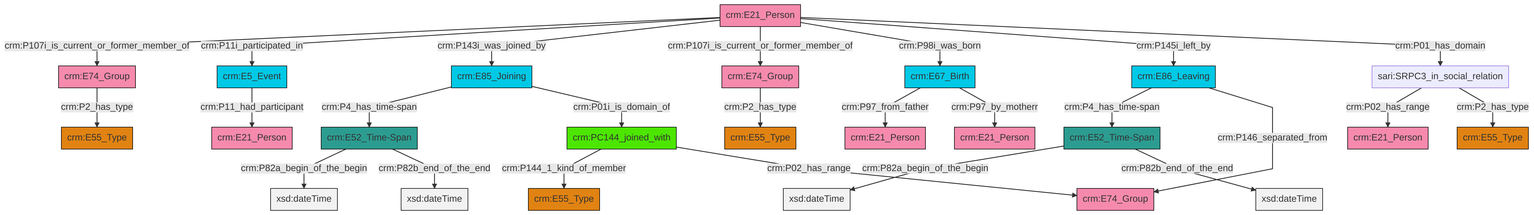
This is et/personCSV/ttl/mmd/png/Person_Actor_Relations.png from swiss-art-research-net/docs.swissartresearch, a Mermaid export, as it was before one commit. Its source is kept beside it as et/personCSV/ttl/mmd/Person_Actor_Relations.ttl.mmd.
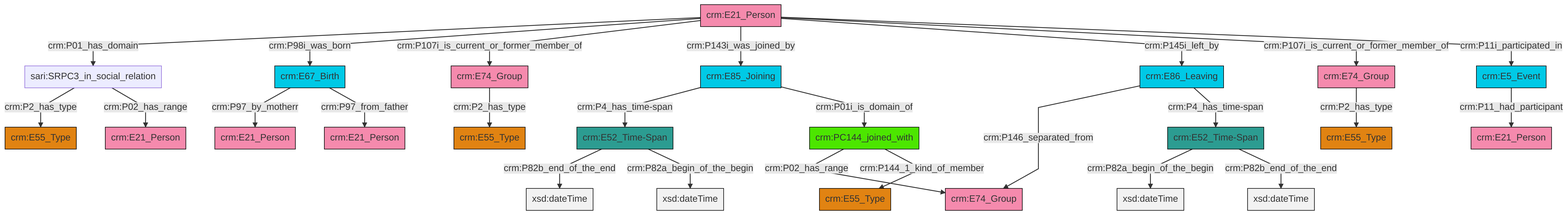
The same diagram one commit later.

What changed in the source:
```diff
@@ -13,27 +13,27 @@
 classDef PC_Classes fill:#4ce600, stroke:#000000;
 classDef Multi fill:#cccccc,stroke:#000000;
 
-2["crm:E52_Time-Span"]:::Time-Span -->|crm:P82a_begin_of_the_begin| 4[xsd:dateTime]:::Literal
-5["crm:E85_Joining"]:::Temporal_Entity -->|crm:P4_has_time-span| 6["crm:E52_Time-Span"]:::Time-Span
-7["crm:E21_Person"]:::Actor -->|crm:P107i_is_current_or_former_member_of| 8["crm:E74_Group"]:::Actor
-2["crm:E52_Time-Span"]:::Time-Span -->|crm:P82b_end_of_the_end| 9[xsd:dateTime]:::Literal
-10["sari:SRPC3_in_social_relation"]:::Default -->|crm:P02_has_range| 11["crm:E21_Person"]:::Actor
-6["crm:E52_Time-Span"]:::Time-Span -->|crm:P82a_begin_of_the_begin| 12[xsd:dateTime]:::Literal
-6["crm:E52_Time-Span"]:::Time-Span -->|crm:P82b_end_of_the_end| 13[xsd:dateTime]:::Literal
-7["crm:E21_Person"]:::Actor -->|crm:P11i_participated_in| 18["crm:E5_Event"]:::Temporal_Entity
-7["crm:E21_Person"]:::Actor -->|crm:P143i_was_joined_by| 5["crm:E85_Joining"]:::Temporal_Entity
-22["crm:PC144_joined_with"]:::PC_Classes -->|crm:P144_1_kind_of_member| 16["crm:E55_Type"]:::Type
-22["crm:PC144_joined_with"]:::PC_Classes -->|crm:P02_has_range| 27["crm:E74_Group"]:::Actor
-0["crm:E67_Birth"]:::Temporal_Entity -->|crm:P97_from_father| 23["crm:E21_Person"]:::Actor
-7["crm:E21_Person"]:::Actor -->|crm:P107i_is_current_or_former_member_of| 38["crm:E74_Group"]:::Actor
-38["crm:E74_Group"]:::Actor -->|crm:P2_has_type| 20["crm:E55_Type"]:::Type
-8["crm:E74_Group"]:::Actor -->|crm:P2_has_type| 30["crm:E55_Type"]:::Type
-10["sari:SRPC3_in_social_relation"]:::Default -->|crm:P2_has_type| 32["crm:E55_Type"]:::Type
-5["crm:E85_Joining"]:::Temporal_Entity -->|crm:P01i_is_domain_of| 22["crm:PC144_joined_with"]:::PC_Classes
-7["crm:E21_Person"]:::Actor -->|crm:P98i_was_born| 0["crm:E67_Birth"]:::Temporal_Entity
-0["crm:E67_Birth"]:::Temporal_Entity -->|crm:P97_by_motherr| 14["crm:E21_Person"]:::Actor
-7["crm:E21_Person"]:::Actor -->|crm:P145i_left_by| 44["crm:E86_Leaving"]:::Temporal_Entity
-18["crm:E5_Event"]:::Temporal_Entity -->|crm:P11_had_participant| 25["crm:E21_Person"]:::Actor
-44["crm:E86_Leaving"]:::Temporal_Entity -->|crm:P4_has_time-span| 2["crm:E52_Time-Span"]:::Time-Span
-44["crm:E86_Leaving"]:::Temporal_Entity -->|crm:P146_separated_from| 27["crm:E74_Group"]:::Actor
-7["crm:E21_Person"]:::Actor -->|crm:P01_has_domain| 10["sari:SRPC3_in_social_relation"]:::Default
+4["crm:E52_Time-Span"]:::Time-Span -->|crm:P82a_begin_of_the_begin| 5[xsd:dateTime]:::Literal
+14["crm:E74_Group"]:::Actor -->|crm:P2_has_type| 15["crm:E55_Type"]:::Type
+2["sari:SRPC3_in_social_relation"]:::Default -->|crm:P2_has_type| 16["crm:E55_Type"]:::Type
+21["crm:E21_Person"]:::Actor -->|crm:P01_has_domain| 2["sari:SRPC3_in_social_relation"]:::Default
+22["crm:E85_Joining"]:::Temporal_Entity -->|crm:P4_has_time-span| 6["crm:E52_Time-Span"]:::Time-Span
+23["crm:E86_Leaving"]:::Temporal_Entity -->|crm:P146_separated_from| 24["crm:E74_Group"]:::Actor
+6["crm:E52_Time-Span"]:::Time-Span -->|crm:P82b_end_of_the_end| 25[xsd:dateTime]:::Literal
+26["crm:E5_Event"]:::Temporal_Entity -->|crm:P11_had_participant| 27["crm:E21_Person"]:::Actor
+0["crm:E67_Birth"]:::Temporal_Entity -->|crm:P97_by_motherr| 28["crm:E21_Person"]:::Actor
+21["crm:E21_Person"]:::Actor -->|crm:P98i_was_born| 0["crm:E67_Birth"]:::Temporal_Entity
+21["crm:E21_Person"]:::Actor -->|crm:P107i_is_current_or_former_member_of| 14["crm:E74_Group"]:::Actor
+4["crm:E52_Time-Span"]:::Time-Span -->|crm:P82b_end_of_the_end| 31[xsd:dateTime]:::Literal
+6["crm:E52_Time-Span"]:::Time-Span -->|crm:P82a_begin_of_the_begin| 35[xsd:dateTime]:::Literal
+21["crm:E21_Person"]:::Actor -->|crm:P143i_was_joined_by| 22["crm:E85_Joining"]:::Temporal_Entity
+22["crm:E85_Joining"]:::Temporal_Entity -->|crm:P01i_is_domain_of| 8["crm:PC144_joined_with"]:::PC_Classes
+8["crm:PC144_joined_with"]:::PC_Classes -->|crm:P02_has_range| 24["crm:E74_Group"]:::Actor
+8["crm:PC144_joined_with"]:::PC_Classes -->|crm:P144_1_kind_of_member| 12["crm:E55_Type"]:::Type
+0["crm:E67_Birth"]:::Temporal_Entity -->|crm:P97_from_father| 10["crm:E21_Person"]:::Actor
+23["crm:E86_Leaving"]:::Temporal_Entity -->|crm:P4_has_time-span| 4["crm:E52_Time-Span"]:::Time-Span
+2["sari:SRPC3_in_social_relation"]:::Default -->|crm:P02_has_range| 40["crm:E21_Person"]:::Actor
+21["crm:E21_Person"]:::Actor -->|crm:P145i_left_by| 23["crm:E86_Leaving"]:::Temporal_Entity
+33["crm:E74_Group"]:::Actor -->|crm:P2_has_type| 17["crm:E55_Type"]:::Type
+21["crm:E21_Person"]:::Actor -->|crm:P107i_is_current_or_former_member_of| 33["crm:E74_Group"]:::Actor
+21["crm:E21_Person"]:::Actor -->|crm:P11i_participated_in| 26["crm:E5_Event"]:::Temporal_Entity
```
